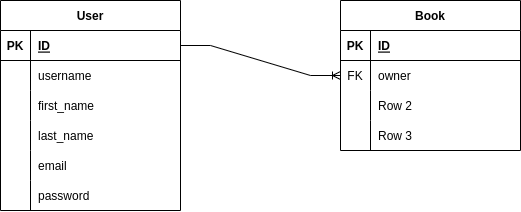
The draw.io diagram Book_Exchange.drawio.png in sobirjonovme/book_exchange_api, before a commit. Source tidied: cells renumbered, new cells last; positions are measured from the earlier drawing's top-left corner, leaving out a move shared by most shapes.
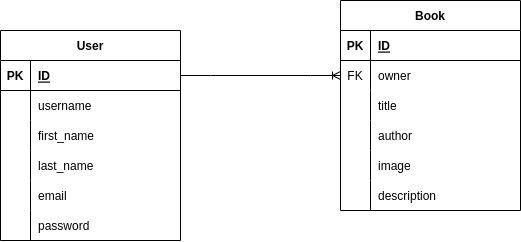
Later version of the same file.

What changed in the source:
```diff
@@ -60,7 +60,7 @@
       <mxGeometry x="30" width="150" height="30" as="geometry" />
     </mxCell>
     <mxCell id="21" value="Book" style="shape=table;startSize=30;rowLines=0;fontStyle=1;align=center;" parent="1" vertex="1">
-      <mxGeometry x="340" width="180" height="150" as="geometry" />
+      <mxGeometry x="340" y="-30" width="180" height="210" as="geometry" />
     </mxCell>
     <mxCell id="22" style="shape=tableRow;horizontal=0;startSize=0;swimlaneHead=0;swimlaneBody=0;fillColor=none;top=0;left=0;right=0;bottom=1;" parent="21" vertex="1">
       <mxGeometry y="30" width="180" height="30" as="geometry" />
@@ -86,7 +86,7 @@
     <mxCell id="29" style="shape=partialRectangle;fillColor=none;top=0;left=0;bottom=0;right=0;overflow=hidden;" parent="28" vertex="1">
       <mxGeometry width="30" height="30" as="geometry" />
     </mxCell>
-    <mxCell id="30" value="Row 2" style="shape=partialRectangle;fillColor=none;top=0;left=0;bottom=0;right=0;align=left;spacingLeft=6;overflow=hidden;" parent="28" vertex="1">
+    <mxCell id="30" value="title" style="shape=partialRectangle;fillColor=none;top=0;left=0;bottom=0;right=0;align=left;spacingLeft=6;overflow=hidden;" parent="28" vertex="1">
       <mxGeometry x="30" width="150" height="30" as="geometry" />
     </mxCell>
     <mxCell id="31" style="shape=tableRow;horizontal=0;startSize=0;swimlaneHead=0;swimlaneBody=0;fillColor=none;top=0;left=0;right=0;bottom=0;" parent="21" vertex="1">
@@ -95,9 +95,27 @@
     <mxCell id="32" style="shape=partialRectangle;fillColor=none;top=0;left=0;bottom=0;right=0;overflow=hidden;" parent="31" vertex="1">
       <mxGeometry width="30" height="30" as="geometry" />
     </mxCell>
-    <mxCell id="33" value="Row 3" style="shape=partialRectangle;fillColor=none;top=0;left=0;bottom=0;right=0;align=left;spacingLeft=6;overflow=hidden;" parent="31" vertex="1">
+    <mxCell id="33" value="author" style="shape=partialRectangle;fillColor=none;top=0;left=0;bottom=0;right=0;align=left;spacingLeft=6;overflow=hidden;" parent="31" vertex="1">
       <mxGeometry x="30" width="150" height="30" as="geometry" />
     </mxCell>
+    <mxCell id="35" style="shape=tableRow;horizontal=0;startSize=0;swimlaneHead=0;swimlaneBody=0;fillColor=none;top=0;left=0;right=0;bottom=0;" parent="21" vertex="1">
+      <mxGeometry y="150" width="180" height="30" as="geometry" />
+    </mxCell>
+    <mxCell id="36" style="shape=partialRectangle;fillColor=none;top=0;left=0;bottom=0;right=0;overflow=hidden;" parent="35" vertex="1">
+      <mxGeometry width="30" height="30" as="geometry" />
+    </mxCell>
+    <mxCell id="37" value="image" style="shape=partialRectangle;fillColor=none;top=0;left=0;bottom=0;right=0;align=left;spacingLeft=6;overflow=hidden;" parent="35" vertex="1">
+      <mxGeometry x="30" width="150" height="30" as="geometry" />
+    </mxCell>
+    <mxCell id="38" style="shape=tableRow;horizontal=0;startSize=0;swimlaneHead=0;swimlaneBody=0;fillColor=none;top=0;left=0;right=0;bottom=0;" parent="21" vertex="1">
+      <mxGeometry y="180" width="180" height="30" as="geometry" />
+    </mxCell>
+    <mxCell id="39" style="shape=partialRectangle;fillColor=none;top=0;left=0;bottom=0;right=0;overflow=hidden;" parent="38" vertex="1">
+      <mxGeometry width="30" height="30" as="geometry" />
+    </mxCell>
+    <mxCell id="40" value="description" style="shape=partialRectangle;fillColor=none;top=0;left=0;bottom=0;right=0;align=left;spacingLeft=6;overflow=hidden;" parent="38" vertex="1">
+      <mxGeometry x="30" width="150" height="30" as="geometry" />
+    </mxCell>
     <mxCell id="34" style="edgeStyle=entityRelationEdgeStyle;fontSize=12;html=1;endArrow=ERoneToMany;rounded=0;exitX=1;exitY=0.5;exitDx=0;exitDy=0;" parent="1" edge="1" source="3" target="25">
       <mxGeometry relative="1" as="geometry" />
     </mxCell>
```
